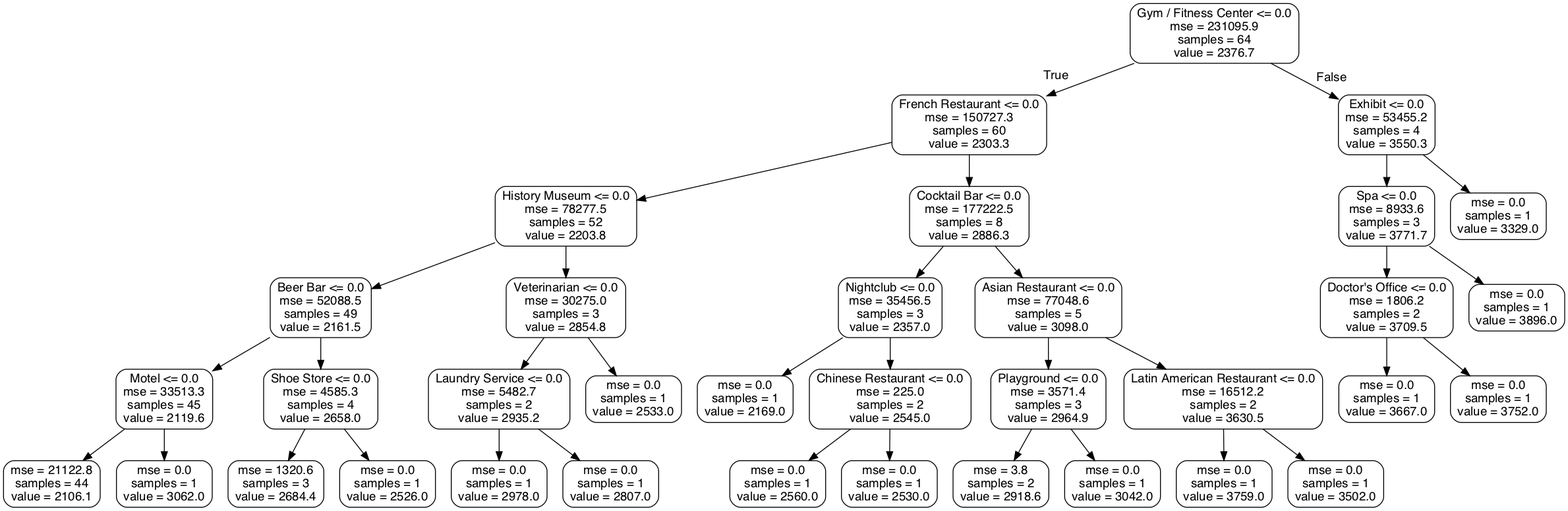
Earlier version of the Graphviz export benchmark_rent_tree.png (allaccountstaken/predicting_urban_home_values). Its source is kept beside it as benchmark_rent_tree.dot. Its diagram source:
```dot
digraph Tree {
node [shape=box, style="rounded", color="black", fontname=helvetica] ;
edge [fontname=helvetica] ;
0 [label="Gym / Fitness Center <= 0.0\nmse = 231095.9\nsamples = 64\nvalue = 2376.7"] ;
1 [label="French Restaurant <= 0.0\nmse = 150727.3\nsamples = 60\nvalue = 2303.3"] ;
0 -> 1 [labeldistance=2.5, labelangle=45, headlabel="True"] ;
2 [label="History Museum <= 0.0\nmse = 78277.5\nsamples = 52\nvalue = 2203.8"] ;
1 -> 2 ;
3 [label="Beer Bar <= 0.0\nmse = 52088.5\nsamples = 49\nvalue = 2161.5"] ;
2 -> 3 ;
4 [label="Motel <= 0.0\nmse = 33513.3\nsamples = 45\nvalue = 2119.6"] ;
3 -> 4 ;
5 [label="mse = 21122.8\nsamples = 44\nvalue = 2106.1"] ;
4 -> 5 ;
6 [label="mse = 0.0\nsamples = 1\nvalue = 3062.0"] ;
4 -> 6 ;
7 [label="Shoe Store <= 0.0\nmse = 4585.3\nsamples = 4\nvalue = 2658.0"] ;
3 -> 7 ;
8 [label="mse = 1320.6\nsamples = 3\nvalue = 2684.4"] ;
7 -> 8 ;
9 [label="mse = 0.0\nsamples = 1\nvalue = 2526.0"] ;
7 -> 9 ;
10 [label="Veterinarian <= 0.0\nmse = 30275.0\nsamples = 3\nvalue = 2854.8"] ;
2 -> 10 ;
11 [label="Laundry Service <= 0.0\nmse = 5482.7\nsamples = 2\nvalue = 2935.2"] ;
10 -> 11 ;
12 [label="mse = 0.0\nsamples = 1\nvalue = 2978.0"] ;
11 -> 12 ;
13 [label="mse = 0.0\nsamples = 1\nvalue = 2807.0"] ;
11 -> 13 ;
14 [label="mse = 0.0\nsamples = 1\nvalue = 2533.0"] ;
10 -> 14 ;
15 [label="Cocktail Bar <= 0.0\nmse = 177222.5\nsamples = 8\nvalue = 2886.3"] ;
1 -> 15 ;
16 [label="Nightclub <= 0.0\nmse = 35456.5\nsamples = 3\nvalue = 2357.0"] ;
15 -> 16 ;
17 [label="mse = 0.0\nsamples = 1\nvalue = 2169.0"] ;
16 -> 17 ;
18 [label="Chinese Restaurant <= 0.0\nmse = 225.0\nsamples = 2\nvalue = 2545.0"] ;
16 -> 18 ;
19 [label="mse = 0.0\nsamples = 1\nvalue = 2560.0"] ;
18 -> 19 ;
20 [label="mse = 0.0\nsamples = 1\nvalue = 2530.0"] ;
18 -> 20 ;
21 [label="Asian Restaurant <= 0.0\nmse = 77048.6\nsamples = 5\nvalue = 3098.0"] ;
15 -> 21 ;
22 [label="Playground <= 0.0\nmse = 3571.4\nsamples = 3\nvalue = 2964.9"] ;
21 -> 22 ;
23 [label="mse = 3.8\nsamples = 2\nvalue = 2918.6"] ;
22 -> 23 ;
24 [label="mse = 0.0\nsamples = 1\nvalue = 3042.0"] ;
22 -> 24 ;
25 [label="Latin American Restaurant <= 0.0\nmse = 16512.2\nsamples = 2\nvalue = 3630.5"] ;
21 -> 25 ;
26 [label="mse = 0.0\nsamples = 1\nvalue = 3759.0"] ;
25 -> 26 ;
27 [label="mse = 0.0\nsamples = 1\nvalue = 3502.0"] ;
25 -> 27 ;
28 [label="Exhibit <= 0.0\nmse = 53455.2\nsamples = 4\nvalue = 3550.3"] ;
0 -> 28 [labeldistance=2.5, labelangle=-45, headlabel="False"] ;
29 [label="Spa <= 0.0\nmse = 8933.6\nsamples = 3\nvalue = 3771.7"] ;
28 -> 29 ;
30 [label="Doctor's Office <= 0.0\nmse = 1806.2\nsamples = 2\nvalue = 3709.5"] ;
29 -> 30 ;
31 [label="mse = 0.0\nsamples = 1\nvalue = 3667.0"] ;
30 -> 31 ;
32 [label="mse = 0.0\nsamples = 1\nvalue = 3752.0"] ;
30 -> 32 ;
33 [label="mse = 0.0\nsamples = 1\nvalue = 3896.0"] ;
29 -> 33 ;
34 [label="mse = 0.0\nsamples = 1\nvalue = 3329.0"] ;
28 -> 34 ;
}
```
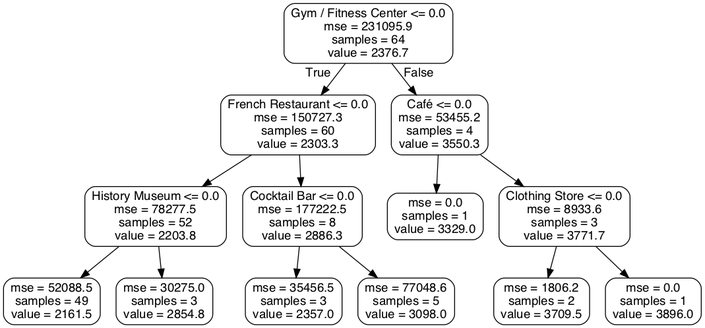
Later version of the same file.

Change to the diagram source:
```diff
@@ -6,68 +6,24 @@
 0 -> 1 [labeldistance=2.5, labelangle=45, headlabel="True"] ;
 2 [label="History Museum <= 0.0\nmse = 78277.5\nsamples = 52\nvalue = 2203.8"] ;
 1 -> 2 ;
-3 [label="Beer Bar <= 0.0\nmse = 52088.5\nsamples = 49\nvalue = 2161.5"] ;
+3 [label="mse = 52088.5\nsamples = 49\nvalue = 2161.5"] ;
 2 -> 3 ;
-4 [label="Motel <= 0.0\nmse = 33513.3\nsamples = 45\nvalue = 2119.6"] ;
-3 -> 4 ;
-5 [label="mse = 21122.8\nsamples = 44\nvalue = 2106.1"] ;
-4 -> 5 ;
-6 [label="mse = 0.0\nsamples = 1\nvalue = 3062.0"] ;
-4 -> 6 ;
-7 [label="Shoe Store <= 0.0\nmse = 4585.3\nsamples = 4\nvalue = 2658.0"] ;
-3 -> 7 ;
-8 [label="mse = 1320.6\nsamples = 3\nvalue = 2684.4"] ;
-7 -> 8 ;
-9 [label="mse = 0.0\nsamples = 1\nvalue = 2526.0"] ;
-7 -> 9 ;
-10 [label="Veterinarian <= 0.0\nmse = 30275.0\nsamples = 3\nvalue = 2854.8"] ;
-2 -> 10 ;
-11 [label="Laundry Service <= 0.0\nmse = 5482.7\nsamples = 2\nvalue = 2935.2"] ;
+4 [label="mse = 30275.0\nsamples = 3\nvalue = 2854.8"] ;
+2 -> 4 ;
+5 [label="Cocktail Bar <= 0.0\nmse = 177222.5\nsamples = 8\nvalue = 2886.3"] ;
+1 -> 5 ;
+6 [label="mse = 35456.5\nsamples = 3\nvalue = 2357.0"] ;
+5 -> 6 ;
+7 [label="mse = 77048.6\nsamples = 5\nvalue = 3098.0"] ;
+5 -> 7 ;
+8 [label="Café <= 0.0\nmse = 53455.2\nsamples = 4\nvalue = 3550.3"] ;
+0 -> 8 [labeldistance=2.5, labelangle=-45, headlabel="False"] ;
+9 [label="mse = 0.0\nsamples = 1\nvalue = 3329.0"] ;
+8 -> 9 ;
+10 [label="Clothing Store <= 0.0\nmse = 8933.6\nsamples = 3\nvalue = 3771.7"] ;
+8 -> 10 ;
+11 [label="mse = 1806.2\nsamples = 2\nvalue = 3709.5"] ;
 10 -> 11 ;
-12 [label="mse = 0.0\nsamples = 1\nvalue = 2978.0"] ;
-11 -> 12 ;
-13 [label="mse = 0.0\nsamples = 1\nvalue = 2807.0"] ;
-11 -> 13 ;
-14 [label="mse = 0.0\nsamples = 1\nvalue = 2533.0"] ;
-10 -> 14 ;
-15 [label="Cocktail Bar <= 0.0\nmse = 177222.5\nsamples = 8\nvalue = 2886.3"] ;
-1 -> 15 ;
-16 [label="Nightclub <= 0.0\nmse = 35456.5\nsamples = 3\nvalue = 2357.0"] ;
-15 -> 16 ;
-17 [label="mse = 0.0\nsamples = 1\nvalue = 2169.0"] ;
-16 -> 17 ;
-18 [label="Chinese Restaurant <= 0.0\nmse = 225.0\nsamples = 2\nvalue = 2545.0"] ;
-16 -> 18 ;
-19 [label="mse = 0.0\nsamples = 1\nvalue = 2560.0"] ;
-18 -> 19 ;
-20 [label="mse = 0.0\nsamples = 1\nvalue = 2530.0"] ;
-18 -> 20 ;
-21 [label="Asian Restaurant <= 0.0\nmse = 77048.6\nsamples = 5\nvalue = 3098.0"] ;
-15 -> 21 ;
-22 [label="Playground <= 0.0\nmse = 3571.4\nsamples = 3\nvalue = 2964.9"] ;
-21 -> 22 ;
-23 [label="mse = 3.8\nsamples = 2\nvalue = 2918.6"] ;
-22 -> 23 ;
-24 [label="mse = 0.0\nsamples = 1\nvalue = 3042.0"] ;
-22 -> 24 ;
-25 [label="Latin American Restaurant <= 0.0\nmse = 16512.2\nsamples = 2\nvalue = 3630.5"] ;
-21 -> 25 ;
-26 [label="mse = 0.0\nsamples = 1\nvalue = 3759.0"] ;
-25 -> 26 ;
-27 [label="mse = 0.0\nsamples = 1\nvalue = 3502.0"] ;
-25 -> 27 ;
-28 [label="Exhibit <= 0.0\nmse = 53455.2\nsamples = 4\nvalue = 3550.3"] ;
-0 -> 28 [labeldistance=2.5, labelangle=-45, headlabel="False"] ;
-29 [label="Spa <= 0.0\nmse = 8933.6\nsamples = 3\nvalue = 3771.7"] ;
-28 -> 29 ;
-30 [label="Doctor's Office <= 0.0\nmse = 1806.2\nsamples = 2\nvalue = 3709.5"] ;
-29 -> 30 ;
-31 [label="mse = 0.0\nsamples = 1\nvalue = 3667.0"] ;
-30 -> 31 ;
-32 [label="mse = 0.0\nsamples = 1\nvalue = 3752.0"] ;
-30 -> 32 ;
-33 [label="mse = 0.0\nsamples = 1\nvalue = 3896.0"] ;
-29 -> 33 ;
-34 [label="mse = 0.0\nsamples = 1\nvalue = 3329.0"] ;
-28 -> 34 ;
+12 [label="mse = 0.0\nsamples = 1\nvalue = 3896.0"] ;
+10 -> 12 ;
 }
```
